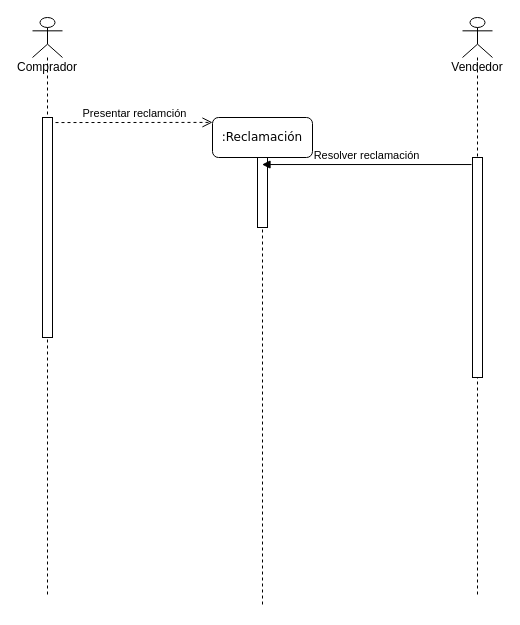
This is lab5.drawio from AyobAsroutVargas/lab1, a draw.io file, before an edit. Source tidied: cells renumbered, new cells numbered last; positions are measured from the earlier drawing's top-left corner, leaving out a move shared by most shapes. Both pictures are drawn from the tidied source at 100%, with x=0, y=0 at pixel (32, 17).
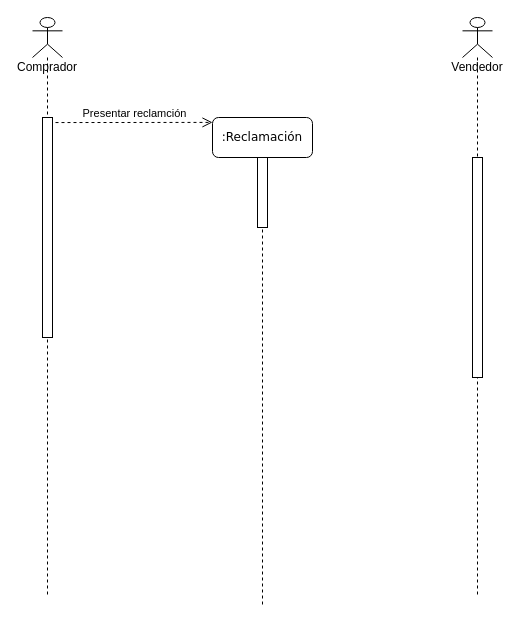
The same diagram, later.

What changed in the source:
```diff
@@
 <mxGraphModel background="#ffffff">
   <root>
     <mxCell id="0" />
     <mxCell id="1" parent="0" />
     <mxCell id="2" value=":Reclamación" style="shape=umlLifeline;perimeter=lifelinePerimeter;whiteSpace=wrap;html=1;outlineConnect=0;rounded=1;shadow=0;comic=0;labelBackgroundColor=none;strokeWidth=1;fontFamily=Verdana;fontSize=12;align=center;" parent="1" vertex="1">
       <mxGeometry x="180" y="100" width="100" height="490" as="geometry" />
     </mxCell>
     <mxCell id="3" style="html=1;perimeter=orthogonalPerimeter;rounded=0;shadow=0;comic=0;labelBackgroundColor=none;strokeWidth=1;fontFamily=Verdana;fontSize=12;align=center;" parent="2" vertex="1">
       <mxGeometry x="45" y="40" width="10" height="70" as="geometry" />
     </mxCell>
     <mxCell id="4" value="Comprador" style="shape=umlLifeline;participant=umlActor;perimeter=lifelinePerimeter;whiteSpace=wrap;html=1;verticalAlign=top;spacingTop=36;" parent="1" vertex="1">
       <mxGeometry width="30" height="580" as="geometry" />
     </mxCell>
     <mxCell id="5" style="html=1;points=[];perimeter=orthogonalPerimeter;rounded=0;shadow=0;comic=0;labelBackgroundColor=none;strokeWidth=1;fontFamily=Verdana;fontSize=12;align=center;" parent="4" vertex="1">
       <mxGeometry x="10" y="100" width="10" height="220" as="geometry" />
     </mxCell>
     <mxCell id="6" value="Vendedor" style="shape=umlLifeline;participant=umlActor;perimeter=lifelinePerimeter;whiteSpace=wrap;html=1;verticalAlign=top;spacingTop=36;" parent="1" vertex="1">
       <mxGeometry x="430" width="30" height="580" as="geometry" />
     </mxCell>
     <mxCell id="7" style="html=1;points=[];perimeter=orthogonalPerimeter;rounded=0;shadow=0;comic=0;labelBackgroundColor=none;strokeWidth=1;fontFamily=Verdana;fontSize=12;align=center;" parent="6" vertex="1">
       <mxGeometry x="10" y="140" width="10" height="220" as="geometry" />
     </mxCell>
     <mxCell id="8" value="Presentar reclamción" style="html=1;verticalAlign=bottom;endArrow=open;dashed=1;endSize=8;exitX=1.3;exitY=0.023;exitDx=0;exitDy=0;exitPerimeter=0;entryX=0;entryY=0.01;entryDx=0;entryDy=0;entryPerimeter=0;" parent="1" edge="1" source="5" target="2">
       <mxGeometry relative="1" as="geometry" />
     </mxCell>
-    <mxCell id="9" value="Resolver reclamación" style="html=1;verticalAlign=bottom;endArrow=block;exitX=-0.1;exitY=0.032;exitDx=0;exitDy=0;exitPerimeter=0;" parent="1" edge="1" source="7" target="2">
-      <mxGeometry relative="1" as="geometry" />
-    </mxCell>
   </root>
 </mxGraphModel>
```
